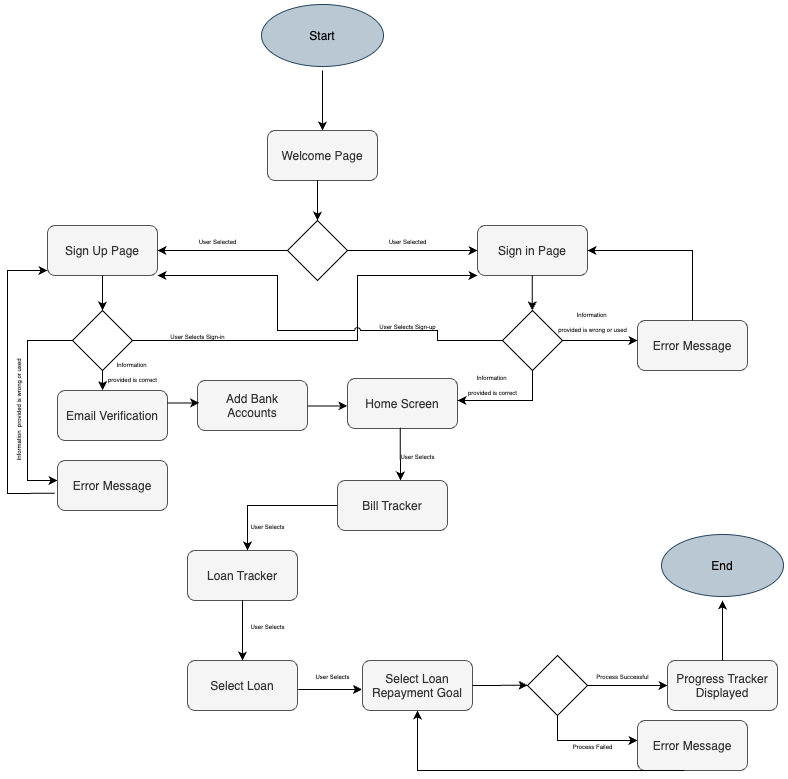
NawabMahmood/specification-exercise keeps this draw.io diagram as Tracking Loan Payments.png. Above is the earlier version. Source tidied: cells renumbered, new cells last; positions are measured from the earlier drawing's top-left corner, leaving out a move shared by most shapes. The source it was exported from:
```xml
<mxGraphModel>
  <root>
    <mxCell id="0" />
    <mxCell id="1" parent="0" />
    <mxCell id="2" value="Start" style="ellipse;shape=startState;fillColor=#bac8d3;strokeColor=#23445d;" parent="1" vertex="1">
      <mxGeometry x="320" width="130" height="70" as="geometry" />
    </mxCell>
    <mxCell id="3" value="Welcome Page" style="fillColor=#f5f5f5;fontColor=#333333;strokeColor=#525252;rounded=1;" parent="1" vertex="1">
      <mxGeometry x="330" y="130" width="110" height="50" as="geometry" />
    </mxCell>
    <mxCell id="4" value="Sign Up Page" style="fillColor=#f5f5f5;fontColor=#333333;strokeColor=#525252;rounded=1;" parent="1" vertex="1">
      <mxGeometry x="110" y="225" width="110" height="50" as="geometry" />
    </mxCell>
    <mxCell id="5" value="Home Screen" style="fillColor=#f5f5f5;fontColor=#333333;strokeColor=#525252;rounded=1;" parent="1" vertex="1">
      <mxGeometry x="410" y="378" width="110" height="50" as="geometry" />
    </mxCell>
    <mxCell id="6" value="End" style="ellipse;shape=startState;fillColor=#bac8d3;strokeColor=#23445d;" parent="1" vertex="1">
      <mxGeometry x="720" y="530" width="130" height="70" as="geometry" />
    </mxCell>
    <mxCell id="7" style="rhombus;whiteSpace=wrap;html=1;" parent="1" vertex="1">
      <mxGeometry x="350" y="220" width="60" height="60" as="geometry" />
    </mxCell>
    <mxCell id="8" style="endArrow=classic;html=1;rounded=0;entryX=1;entryY=0.5;entryDx=0;entryDy=0;exitX=0;exitY=0.5;exitDx=0;exitDy=0;" parent="1" edge="1" source="7" target="4">
      <mxGeometry relative="1" as="geometry" />
    </mxCell>
    <mxCell id="9" value="Sign in Page" style="fillColor=#f5f5f5;fontColor=#333333;strokeColor=#525252;rounded=1;" parent="1" vertex="1">
      <mxGeometry x="540" y="225" width="110" height="50" as="geometry" />
    </mxCell>
    <mxCell id="10" style="endArrow=classic;html=1;rounded=0;exitX=1;exitY=0.5;exitDx=0;exitDy=0;entryX=0;entryY=0.5;entryDx=0;entryDy=0;" parent="1" edge="1" source="7" target="9">
      <mxGeometry relative="1" as="geometry" />
    </mxCell>
    <mxCell id="11" style="endArrow=classic;html=1;rounded=0;" parent="1" edge="1" target="7">
      <mxGeometry relative="1" as="geometry">
        <mxPoint x="380" y="180" as="sourcePoint" />
      </mxGeometry>
    </mxCell>
    <mxCell id="12" style="endArrow=classic;html=1;rounded=0;exitX=0.5;exitY=1;exitDx=0;exitDy=0;entryX=0.5;entryY=0;entryDx=0;entryDy=0;" parent="1" edge="1" source="2" target="3">
      <mxGeometry relative="1" as="geometry" />
    </mxCell>
    <mxCell id="13" value="&lt;font style=&quot;font-size: 6px;&quot;&gt;User Selected&lt;/font&gt;" style="text;html=1;align=center;verticalAlign=middle;strokeColor=none;fillColor=none;" parent="1" vertex="1">
      <mxGeometry x="250" y="225" width="60" height="30" as="geometry" />
    </mxCell>
    <mxCell id="14" value="&lt;font style=&quot;font-size: 6px;&quot;&gt;User Selected&lt;/font&gt;" style="text;html=1;align=center;verticalAlign=middle;strokeColor=none;fillColor=none;" parent="1" vertex="1">
      <mxGeometry x="440" y="225" width="60" height="30" as="geometry" />
    </mxCell>
    <mxCell id="15" style="rhombus;whiteSpace=wrap;html=1;" parent="1" vertex="1">
      <mxGeometry x="135" y="310" width="60" height="60" as="geometry" />
    </mxCell>
    <mxCell id="16" style="rhombus;whiteSpace=wrap;html=1;" parent="1" vertex="1">
      <mxGeometry x="565" y="310" width="60" height="60" as="geometry" />
    </mxCell>
    <mxCell id="17" style="endArrow=classic;html=1;rounded=0;exitX=0.5;exitY=1;exitDx=0;exitDy=0;entryX=0.5;entryY=0;entryDx=0;entryDy=0;" parent="1" edge="1" source="4" target="15">
      <mxGeometry relative="1" as="geometry" />
    </mxCell>
    <mxCell id="18" style="endArrow=classic;html=1;rounded=0;exitX=1;exitY=0.5;exitDx=0;exitDy=0;entryX=0;entryY=1;entryDx=0;entryDy=0;" parent="1" edge="1" source="15" target="9">
      <mxGeometry relative="1" as="geometry">
        <Array as="points">
          <mxPoint x="420" y="340" />
          <mxPoint x="420" y="275" />
        </Array>
      </mxGeometry>
    </mxCell>
    <mxCell id="19" value="&lt;font style=&quot;font-size: 6px;&quot;&gt;User Selects Sign-in&lt;/font&gt;" style="text;html=1;align=center;verticalAlign=middle;strokeColor=none;fillColor=none;" parent="1" vertex="1">
      <mxGeometry x="220" y="320" width="80" height="30" as="geometry" />
    </mxCell>
    <mxCell id="20" style="endArrow=classic;html=1;rounded=0;jumpStyle=arc;entryX=1;entryY=1;entryDx=0;entryDy=0;exitX=0;exitY=0.5;exitDx=0;exitDy=0;" parent="1" edge="1" source="16" target="4">
      <mxGeometry relative="1" as="geometry">
        <Array as="points">
          <mxPoint x="500" y="340" />
          <mxPoint x="500" y="330" />
          <mxPoint x="470" y="330" />
          <mxPoint x="430" y="330" />
          <mxPoint x="340" y="330" />
          <mxPoint x="340" y="275" />
        </Array>
      </mxGeometry>
    </mxCell>
    <mxCell id="21" value="&lt;font style=&quot;font-size: 6px;&quot;&gt;User Selects Sign-up&lt;/font&gt;" style="text;html=1;align=center;verticalAlign=middle;strokeColor=none;fillColor=none;" parent="1" vertex="1">
      <mxGeometry x="430" y="310" width="80" height="30" as="geometry" />
    </mxCell>
    <mxCell id="22" value="Email Verification" style="fillColor=#f5f5f5;fontColor=#333333;strokeColor=#525252;rounded=1;" parent="1" vertex="1">
      <mxGeometry x="120" y="390" width="110" height="50" as="geometry" />
    </mxCell>
    <mxCell id="23" style="endArrow=classic;html=1;rounded=0;exitX=0.5;exitY=1;exitDx=0;exitDy=0;entryX=0.41;entryY=-0.006;entryDx=0;entryDy=0;entryPerimeter=0;" parent="1" edge="1" source="15" target="22">
      <mxGeometry relative="1" as="geometry" />
    </mxCell>
    <mxCell id="24" value="&lt;span style=&quot;font-size: 6px; background-color: transparent; color: light-dark(rgb(0, 0, 0), rgb(255, 255, 255));&quot;&gt;Information&amp;nbsp;&lt;/span&gt;&lt;br&gt;&lt;div&gt;&lt;span style=&quot;font-size: 6px;&quot;&gt;provided is&amp;nbsp;&lt;/span&gt;&lt;span style=&quot;font-size: 6px; background-color: transparent; color: light-dark(rgb(0, 0, 0), rgb(255, 255, 255));&quot;&gt;correct&lt;/span&gt;&lt;/div&gt;" style="text;html=1;align=center;verticalAlign=middle;strokeColor=none;fillColor=none;" parent="1" vertex="1">
      <mxGeometry x="160" y="350" width="70" height="40" as="geometry" />
    </mxCell>
    <mxCell id="25" style="endArrow=classic;html=1;rounded=0;exitX=0;exitY=0.5;exitDx=0;exitDy=0;" parent="1" edge="1" source="15">
      <mxGeometry relative="1" as="geometry">
        <mxPoint x="120" y="480" as="targetPoint" />
        <Array as="points">
          <mxPoint x="90" y="340" />
          <mxPoint x="90" y="480" />
        </Array>
      </mxGeometry>
    </mxCell>
    <mxCell id="26" value="Error Message" style="fillColor=#f5f5f5;fontColor=#333333;strokeColor=#525252;rounded=1;" parent="1" vertex="1">
      <mxGeometry x="120" y="460" width="110" height="50" as="geometry" />
    </mxCell>
    <mxCell id="27" value="&lt;blockquote style=&quot;margin: 0 0 0 40px; border: none; padding: 0px;&quot;&gt;&lt;span style=&quot;color: light-dark(rgb(0, 0, 0), rgb(255, 255, 255)); background-color: transparent; font-size: 6px;&quot;&gt;Information&amp;nbsp;&amp;nbsp;&lt;/span&gt;&lt;span style=&quot;font-size: 6px; background-color: transparent; color: light-dark(rgb(0, 0, 0), rgb(255, 255, 255));&quot;&gt;provided is wrong or used&lt;/span&gt;&lt;/blockquote&gt;" style="text;html=1;align=center;verticalAlign=middle;strokeColor=none;fillColor=none;spacing=-2;labelPosition=center;verticalLabelPosition=middle;rotation=-90;" parent="1" vertex="1">
      <mxGeometry y="420" width="160" height="20" as="geometry" />
    </mxCell>
    <mxCell id="28" value="Error Message" style="fillColor=#f5f5f5;fontColor=#333333;strokeColor=#525252;rounded=1;" parent="1" vertex="1">
      <mxGeometry x="700" y="320" width="110" height="50" as="geometry" />
    </mxCell>
    <mxCell id="29" style="endArrow=classic;html=1;rounded=0;exitX=1;exitY=0.5;exitDx=0;exitDy=0;entryX=0;entryY=0.4;entryDx=0;entryDy=0;entryPerimeter=0;" parent="1" edge="1" source="16" target="28">
      <mxGeometry relative="1" as="geometry">
        <Array as="points">
          <mxPoint x="650" y="340" />
        </Array>
      </mxGeometry>
    </mxCell>
    <mxCell id="30" style="endArrow=classic;html=1;rounded=0;exitX=0.5;exitY=1;exitDx=0;exitDy=0;entryX=0.5;entryY=0;entryDx=0;entryDy=0;" parent="1" edge="1">
      <mxGeometry relative="1" as="geometry">
        <mxPoint x="594.7" y="275" as="sourcePoint" />
        <mxPoint x="594.7" y="310" as="targetPoint" />
      </mxGeometry>
    </mxCell>
    <mxCell id="31" value="&lt;span style=&quot;color: light-dark(rgb(0, 0, 0), rgb(255, 255, 255)); background-color: transparent; font-size: 6px;&quot;&gt;Information&amp;nbsp;&lt;/span&gt;&lt;br&gt;&lt;div&gt;&lt;span style=&quot;font-size: 6px;&quot;&gt;provided is wrong or used&lt;/span&gt;&lt;/div&gt;" style="text;html=1;align=center;verticalAlign=middle;strokeColor=none;fillColor=none;" parent="1" vertex="1">
      <mxGeometry x="610" y="300" width="90" height="40" as="geometry" />
    </mxCell>
    <mxCell id="32" style="endArrow=classic;html=1;rounded=0;exitX=0.5;exitY=1;exitDx=0;exitDy=0;" parent="1" edge="1" source="16">
      <mxGeometry relative="1" as="geometry">
        <mxPoint x="520" y="400" as="targetPoint" />
        <Array as="points">
          <mxPoint x="595" y="400" />
        </Array>
      </mxGeometry>
    </mxCell>
    <mxCell id="33" value="Add Bank&#10;Accounts" style="fillColor=#f5f5f5;fontColor=#333333;strokeColor=#525252;rounded=1;" parent="1" vertex="1">
      <mxGeometry x="260" y="380" width="110" height="50" as="geometry" />
    </mxCell>
    <mxCell id="34" style="endArrow=classic;html=1;rounded=0;exitX=1;exitY=0.25;exitDx=0;exitDy=0;entryX=0.015;entryY=0.447;entryDx=0;entryDy=0;entryPerimeter=0;" parent="1" edge="1" source="22" target="33">
      <mxGeometry relative="1" as="geometry" />
    </mxCell>
    <mxCell id="35" style="endArrow=classic;html=1;rounded=0;exitX=1;exitY=0.25;exitDx=0;exitDy=0;entryX=0;entryY=0.547;entryDx=0;entryDy=0;entryPerimeter=0;" parent="1" edge="1" target="5">
      <mxGeometry relative="1" as="geometry">
        <mxPoint x="370" y="405.5" as="sourcePoint" />
      </mxGeometry>
    </mxCell>
    <mxCell id="36" style="endArrow=classic;html=1;rounded=0;exitX=0.479;exitY=0.987;exitDx=0;exitDy=0;exitPerimeter=0;" parent="1" edge="1" source="5">
      <mxGeometry relative="1" as="geometry">
        <mxPoint x="463" y="480" as="targetPoint" />
      </mxGeometry>
    </mxCell>
    <mxCell id="37" value="Bill Tracker" style="fillColor=#f5f5f5;fontColor=#333333;strokeColor=#525252;rounded=1;" parent="1" vertex="1">
      <mxGeometry x="400" y="480" width="110" height="50" as="geometry" />
    </mxCell>
    <mxCell id="38" value="Loan Tracker" style="fillColor=#f5f5f5;fontColor=#333333;strokeColor=#525252;rounded=1;" parent="1" vertex="1">
      <mxGeometry x="250" y="550" width="110" height="50" as="geometry" />
    </mxCell>
    <mxCell id="39" style="endArrow=classic;html=1;rounded=0;exitX=0;exitY=0.5;exitDx=0;exitDy=0;entryX=0.545;entryY=0;entryDx=0;entryDy=0;entryPerimeter=0;" parent="1" edge="1" source="37" target="38">
      <mxGeometry relative="1" as="geometry">
        <Array as="points">
          <mxPoint x="310" y="505" />
        </Array>
      </mxGeometry>
    </mxCell>
    <mxCell id="40" value="&lt;span style=&quot;color: light-dark(rgb(0, 0, 0), rgb(255, 255, 255)); background-color: transparent; font-size: 6px;&quot;&gt;Information&amp;nbsp;&lt;/span&gt;&lt;br&gt;&lt;div&gt;&lt;span style=&quot;font-size: 6px;&quot;&gt;provided is correct&lt;/span&gt;&lt;/div&gt;" style="text;html=1;align=center;verticalAlign=middle;strokeColor=none;fillColor=none;" parent="1" vertex="1">
      <mxGeometry x="520" y="363" width="70" height="40" as="geometry" />
    </mxCell>
    <mxCell id="41" value="&lt;span style=&quot;font-size: 6px;&quot;&gt;User Selects&lt;/span&gt;" style="text;html=1;align=center;verticalAlign=middle;strokeColor=none;fillColor=none;" parent="1" vertex="1">
      <mxGeometry x="450" y="440" width="60" height="30" as="geometry" />
    </mxCell>
    <mxCell id="42" value="&lt;span style=&quot;font-size: 6px;&quot;&gt;User Selects&lt;/span&gt;" style="text;html=1;align=center;verticalAlign=middle;strokeColor=none;fillColor=none;" parent="1" vertex="1">
      <mxGeometry x="300" y="510" width="60" height="30" as="geometry" />
    </mxCell>
    <mxCell id="43" value="Select Loan" style="fillColor=#f5f5f5;fontColor=#333333;strokeColor=#525252;rounded=1;" parent="1" vertex="1">
      <mxGeometry x="250" y="660" width="110" height="50" as="geometry" />
    </mxCell>
    <mxCell id="44" style="endArrow=classic;html=1;rounded=0;exitX=0.5;exitY=1;exitDx=0;exitDy=0;entryX=0.5;entryY=0;entryDx=0;entryDy=0;" parent="1" edge="1" source="38" target="43">
      <mxGeometry relative="1" as="geometry" />
    </mxCell>
    <mxCell id="45" value="Select Loan&#10;Repayment Goal" style="fillColor=#f5f5f5;fontColor=#333333;strokeColor=#525252;rounded=1;" parent="1" vertex="1">
      <mxGeometry x="425" y="660" width="110" height="50" as="geometry" />
    </mxCell>
    <mxCell id="46" style="endArrow=classic;html=1;rounded=0;exitX=1.006;exitY=0.579;exitDx=0;exitDy=0;exitPerimeter=0;entryX=-0.005;entryY=0.579;entryDx=0;entryDy=0;entryPerimeter=0;" parent="1" edge="1" source="43" target="45">
      <mxGeometry relative="1" as="geometry" />
    </mxCell>
    <mxCell id="47" style="rhombus;whiteSpace=wrap;html=1;" parent="1" vertex="1">
      <mxGeometry x="590" y="655" width="60" height="60" as="geometry" />
    </mxCell>
    <mxCell id="48" style="endArrow=classic;html=1;rounded=0;entryX=-0.005;entryY=0.579;entryDx=0;entryDy=0;entryPerimeter=0;exitX=1;exitY=0.5;exitDx=0;exitDy=0;" parent="1" edge="1" source="45">
      <mxGeometry relative="1" as="geometry">
        <mxPoint x="590" y="684.8" as="targetPoint" />
      </mxGeometry>
    </mxCell>
    <mxCell id="49" style="endArrow=classic;html=1;rounded=0;exitX=0.5;exitY=1;exitDx=0;exitDy=0;" parent="1" edge="1" source="47">
      <mxGeometry relative="1" as="geometry">
        <mxPoint x="700" y="740" as="targetPoint" />
        <Array as="points">
          <mxPoint x="620" y="740" />
        </Array>
      </mxGeometry>
    </mxCell>
    <mxCell id="50" value="Error Message" style="fillColor=#f5f5f5;fontColor=#333333;strokeColor=#525252;rounded=1;" parent="1" vertex="1">
      <mxGeometry x="700" y="720" width="110" height="50" as="geometry" />
    </mxCell>
    <mxCell id="51" value="&lt;span style=&quot;font-size: 6px;&quot;&gt;User Selects&lt;/span&gt;" style="text;html=1;align=center;verticalAlign=middle;strokeColor=none;fillColor=none;" parent="1" vertex="1">
      <mxGeometry x="300" y="610" width="60" height="30" as="geometry" />
    </mxCell>
    <mxCell id="52" value="&lt;span style=&quot;font-size: 6px;&quot;&gt;User Selects&lt;/span&gt;" style="text;html=1;align=center;verticalAlign=middle;strokeColor=none;fillColor=none;" parent="1" vertex="1">
      <mxGeometry x="365" y="660" width="60" height="30" as="geometry" />
    </mxCell>
    <mxCell id="53" value="&lt;span style=&quot;font-size: 6px;&quot;&gt;Process Failed&lt;/span&gt;" style="text;html=1;align=center;verticalAlign=middle;strokeColor=none;fillColor=none;" parent="1" vertex="1">
      <mxGeometry x="625" y="730" width="60" height="30" as="geometry" />
    </mxCell>
    <mxCell id="54" style="endArrow=classic;html=1;rounded=0;exitX=1;exitY=0.5;exitDx=0;exitDy=0;" parent="1" edge="1" source="47">
      <mxGeometry relative="1" as="geometry">
        <mxPoint x="730" y="685" as="targetPoint" />
      </mxGeometry>
    </mxCell>
    <mxCell id="55" value="&lt;span style=&quot;font-size: 6px;&quot;&gt;Process Successful&lt;/span&gt;" style="text;html=1;align=center;verticalAlign=middle;strokeColor=none;fillColor=none;" parent="1" vertex="1">
      <mxGeometry x="645" y="660" width="80" height="30" as="geometry" />
    </mxCell>
    <mxCell id="56" value="Progress Tracker&#10;Displayed" style="fillColor=#f5f5f5;fontColor=#333333;strokeColor=#525252;rounded=1;" parent="1" vertex="1">
      <mxGeometry x="730" y="660" width="110" height="50" as="geometry" />
    </mxCell>
    <mxCell id="57" style="endArrow=classic;html=1;rounded=0;exitX=0.5;exitY=0;exitDx=0;exitDy=0;" parent="1" edge="1" source="56" target="6">
      <mxGeometry relative="1" as="geometry" />
    </mxCell>
    <mxCell id="58" style="endArrow=classic;html=1;rounded=0;entryX=1;entryY=0.5;entryDx=0;entryDy=0;exitX=0.5;exitY=0;exitDx=0;exitDy=0;" parent="1" edge="1" source="28" target="9">
      <mxGeometry relative="1" as="geometry">
        <Array as="points">
          <mxPoint x="755" y="250" />
        </Array>
      </mxGeometry>
    </mxCell>
    <mxCell id="59" style="endArrow=classic;html=1;rounded=0;exitX=-0.025;exitY=0.655;exitDx=0;exitDy=0;exitPerimeter=0;entryX=0;entryY=0.9;entryDx=0;entryDy=0;entryPerimeter=0;" parent="1" edge="1" source="26" target="4">
      <mxGeometry relative="1" as="geometry">
        <Array as="points">
          <mxPoint x="70" y="493" />
          <mxPoint x="70" y="270" />
        </Array>
      </mxGeometry>
    </mxCell>
    <mxCell id="60" style="endArrow=classic;html=1;rounded=0;exitX=0.426;exitY=0.998;exitDx=0;exitDy=0;exitPerimeter=0;entryX=0.5;entryY=1;entryDx=0;entryDy=0;" parent="1" edge="1" source="50" target="45">
      <mxGeometry relative="1" as="geometry">
        <Array as="points">
          <mxPoint x="480" y="770" />
        </Array>
      </mxGeometry>
    </mxCell>
  </root>
</mxGraphModel>
```
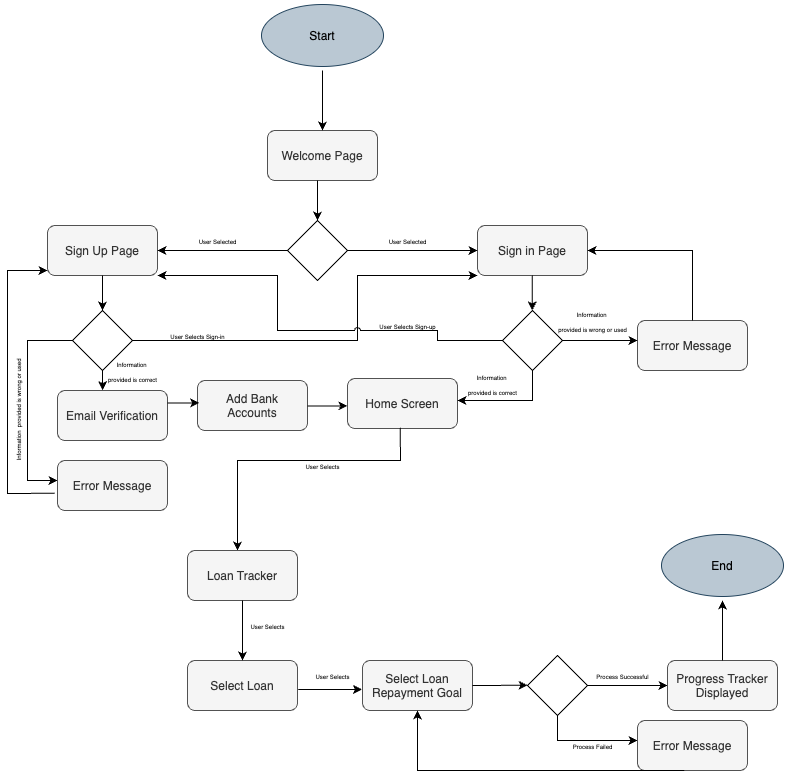
Later version of the same file.

Commit message:
Added Protoype and Activity diagram 2

The edit, as a diff of the source:
```diff
@@ -140,33 +140,23 @@
         <mxPoint x="370" y="405.5" as="sourcePoint" />
       </mxGeometry>
     </mxCell>
-    <mxCell id="36" style="endArrow=classic;html=1;rounded=0;exitX=0.479;exitY=0.987;exitDx=0;exitDy=0;exitPerimeter=0;" parent="1" edge="1" source="5">
+    <mxCell id="36" style="endArrow=classic;html=1;rounded=0;exitX=0.479;exitY=0.987;exitDx=0;exitDy=0;exitPerimeter=0;entryX=0.455;entryY=0;entryDx=0;entryDy=0;entryPerimeter=0;" parent="1" edge="1" source="5" target="38">
       <mxGeometry relative="1" as="geometry">
-        <mxPoint x="463" y="480" as="targetPoint" />
+        <Array as="points">
+          <mxPoint x="463" y="460" />
+          <mxPoint x="300" y="460" />
+        </Array>
       </mxGeometry>
     </mxCell>
-    <mxCell id="37" value="Bill Tracker" style="fillColor=#f5f5f5;fontColor=#333333;strokeColor=#525252;rounded=1;" parent="1" vertex="1">
-      <mxGeometry x="400" y="480" width="110" height="50" as="geometry" />
-    </mxCell>
     <mxCell id="38" value="Loan Tracker" style="fillColor=#f5f5f5;fontColor=#333333;strokeColor=#525252;rounded=1;" parent="1" vertex="1">
       <mxGeometry x="250" y="550" width="110" height="50" as="geometry" />
     </mxCell>
-    <mxCell id="39" style="endArrow=classic;html=1;rounded=0;exitX=0;exitY=0.5;exitDx=0;exitDy=0;entryX=0.545;entryY=0;entryDx=0;entryDy=0;entryPerimeter=0;" parent="1" edge="1" source="37" target="38">
-      <mxGeometry relative="1" as="geometry">
-        <Array as="points">
-          <mxPoint x="310" y="505" />
-        </Array>
-      </mxGeometry>
-    </mxCell>
     <mxCell id="40" value="&lt;span style=&quot;color: light-dark(rgb(0, 0, 0), rgb(255, 255, 255)); background-color: transparent; font-size: 6px;&quot;&gt;Information&amp;nbsp;&lt;/span&gt;&lt;br&gt;&lt;div&gt;&lt;span style=&quot;font-size: 6px;&quot;&gt;provided is correct&lt;/span&gt;&lt;/div&gt;" style="text;html=1;align=center;verticalAlign=middle;strokeColor=none;fillColor=none;" parent="1" vertex="1">
       <mxGeometry x="520" y="363" width="70" height="40" as="geometry" />
     </mxCell>
     <mxCell id="41" value="&lt;span style=&quot;font-size: 6px;&quot;&gt;User Selects&lt;/span&gt;" style="text;html=1;align=center;verticalAlign=middle;strokeColor=none;fillColor=none;" parent="1" vertex="1">
-      <mxGeometry x="450" y="440" width="60" height="30" as="geometry" />
+      <mxGeometry x="355" y="450" width="60" height="30" as="geometry" />
     </mxCell>
-    <mxCell id="42" value="&lt;span style=&quot;font-size: 6px;&quot;&gt;User Selects&lt;/span&gt;" style="text;html=1;align=center;verticalAlign=middle;strokeColor=none;fillColor=none;" parent="1" vertex="1">
-      <mxGeometry x="300" y="510" width="60" height="30" as="geometry" />
-    </mxCell>
     <mxCell id="43" value="Select Loan" style="fillColor=#f5f5f5;fontColor=#333333;strokeColor=#525252;rounded=1;" parent="1" vertex="1">
       <mxGeometry x="250" y="660" width="110" height="50" as="geometry" />
     </mxCell>
```
